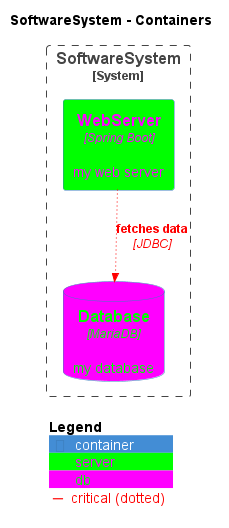
Above: fullExample.png in cloudflightio/structurizr-export-c4plantuml (PlantUML), before the change. Its diagram source:
```plantuml
@startuml
title SoftwareSystem - Containers

top to bottom direction

!include https://raw.githubusercontent.com/plantuml-stdlib/C4-PlantUML/master/C4.puml
!include https://raw.githubusercontent.com/plantuml-stdlib/C4-PlantUML/master/C4_Context.puml
!include https://raw.githubusercontent.com/plantuml-stdlib/C4-PlantUML/master/C4_Container.puml


AddElementTag("Container", $bgColor="#efefef")
AddElementTag("server", $bgColor="#00ff00", $fontColor="#ff00ff")
AddElementTag("db", $bgColor="#ff00ff", $fontColor="#00ff00")
AddRelTag("critical", $lineColor="#ff0000", $textColor="#ff0000", $lineStyle=DottedLine())
System_Boundary("SoftwareSystem_boundary", "SoftwareSystem") {
  Container(SoftwareSystem.WebServer, "WebServer", "Spring Boot", "my web server", $tags="server+Container+Element")
  ContainerDb(SoftwareSystem.Database, "Database", "MariaDB", "my database", $tags="db+Container+Element")
}

Rel_D(SoftwareSystem.WebServer, SoftwareSystem.Database, "fetches data", "JDBC", $tags="critical+Relationship")

SHOW_LEGEND()
@enduml
```
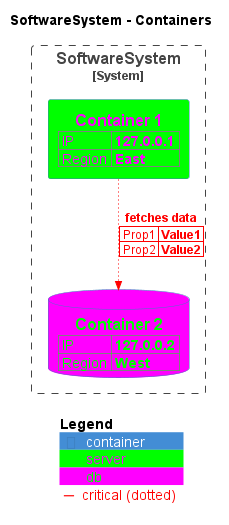
After the change.

Change to the diagram source:
```diff
@@ -13,11 +13,20 @@
 AddElementTag("db", $bgColor="#ff00ff", $fontColor="#00ff00")
 AddRelTag("critical", $lineColor="#ff0000", $textColor="#ff0000", $lineStyle=DottedLine())
 System_Boundary("SoftwareSystem_boundary", "SoftwareSystem") {
-  Container(SoftwareSystem.WebServer, "WebServer", "Spring Boot", "my web server", $tags="server+Container+Element")
-  ContainerDb(SoftwareSystem.Database, "Database", "MariaDB", "my database", $tags="db+Container+Element")
+  WithoutPropertyHeader()
+  AddProperty("IP","127.0.0.1")
+  AddProperty("Region","East")
+  Container(SoftwareSystem.Container1, "Container 1", "", $tags="server+Container+Element")
+  WithoutPropertyHeader()
+  AddProperty("IP","127.0.0.2")
+  AddProperty("Region","West")
+  ContainerDb(SoftwareSystem.Container2, "Container 2", "", $tags="db+Container+Element")
 }
 
-Rel_D(SoftwareSystem.WebServer, SoftwareSystem.Database, "fetches data", "JDBC", $tags="critical+Relationship")
+WithoutPropertyHeader()
+AddProperty("Prop1","Value1")
+AddProperty("Prop2","Value2")
+Rel_D(SoftwareSystem.Container1, SoftwareSystem.Container2, "fetches data", $tags="critical+Relationship")
 
 SHOW_LEGEND()
 @enduml
```
